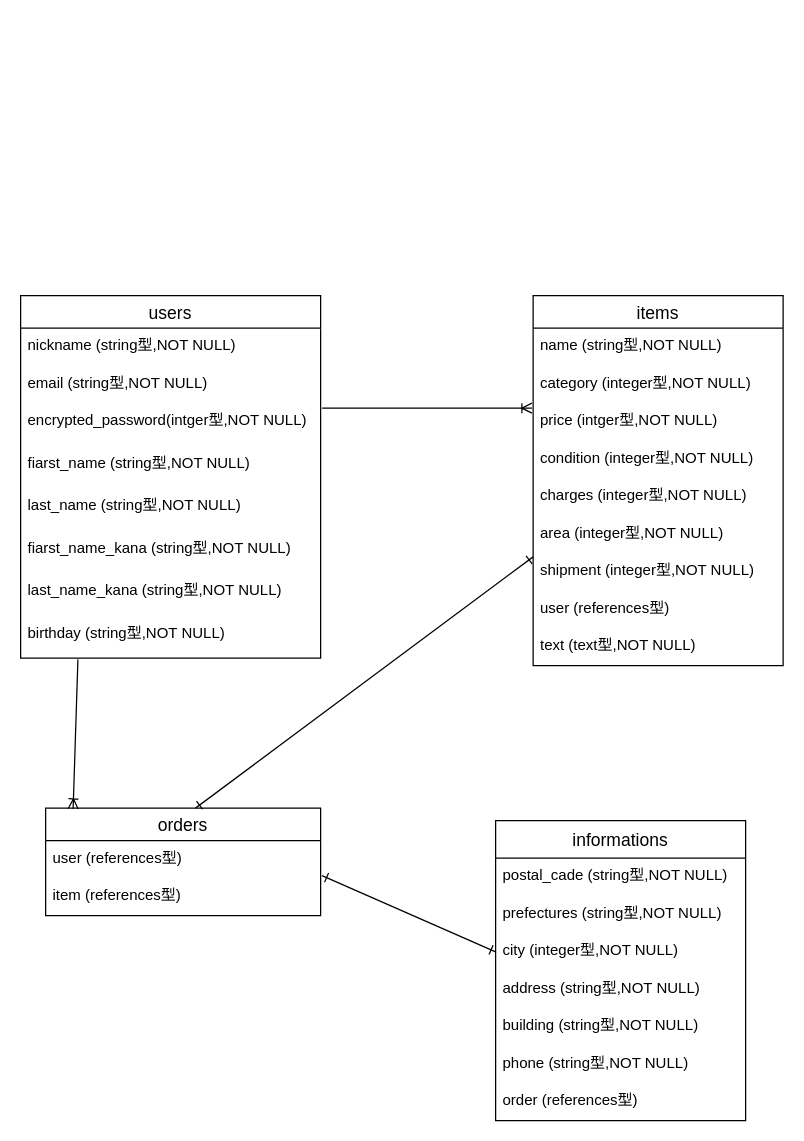
Earlier version of the draw.io diagram furima.dio (paseri10mayo/furima-35681). Source tidied: cells renumbered, new cells numbered last; positions are measured from the earlier drawing's top-left corner, leaving out a move shared by most shapes. Both pictures are drawn from the tidied source at 125%, with x=0, y=0 at pixel (20, 295).
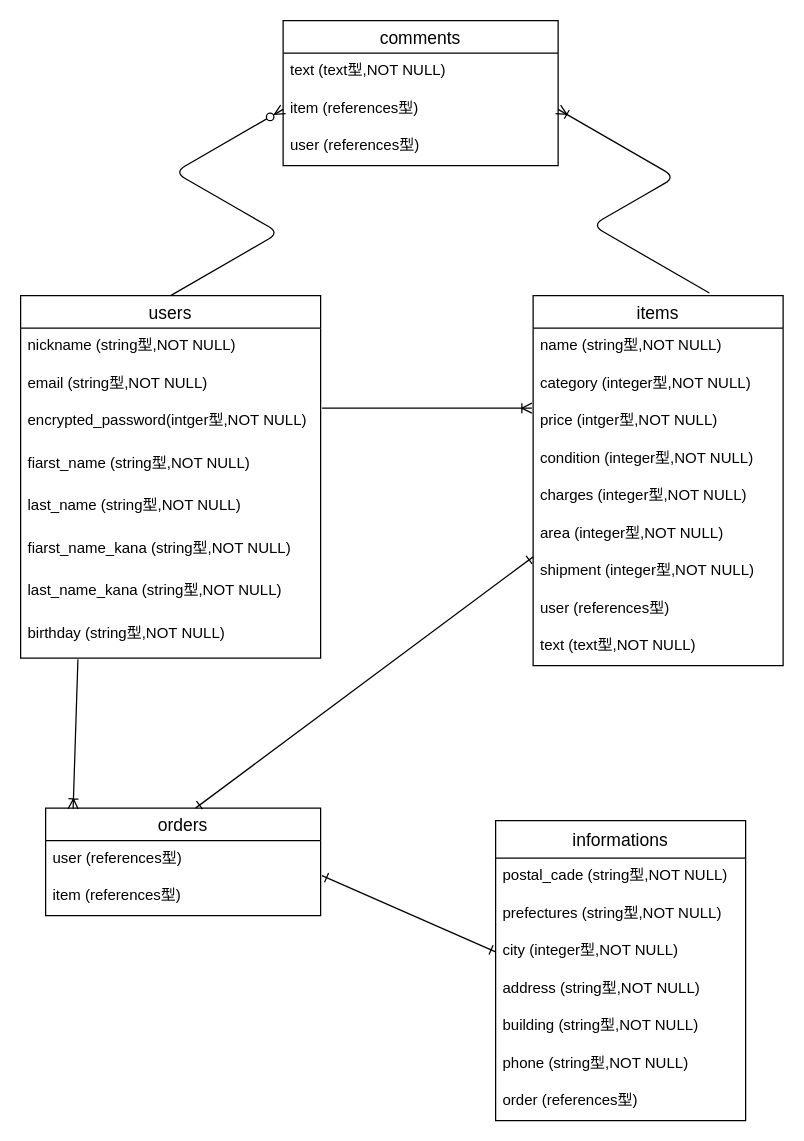
After the change.

Commit message (it also covers changes not shown here):
データベース設計完成

Unchanged cells that the change refers to:
```xml
<mxCell id="2" value="users" style="swimlane;fontStyle=0;horizontal=1;startSize=26;align=center;fontSize=14;" parent="1" vertex="1">
  <mxGeometry width="240" height="290" as="geometry" />
</mxCell>
<mxCell id="11" value="items" style="swimlane;fontStyle=0;horizontal=1;startSize=26;align=center;fontSize=14;" parent="1" vertex="1">
  <mxGeometry x="410" width="200" height="296" as="geometry" />
</mxCell>
```

Change to the diagram source:
```diff
@@
+    <mxCell id="36" value="comments" style="swimlane;fontStyle=0;horizontal=1;startSize=26;align=center;fontSize=14;" parent="1" vertex="1">
+      <mxGeometry x="210" y="-220" width="220" height="116" as="geometry" />
+    </mxCell>
+    <mxCell id="37" value="text (text型,NOT NULL)" style="text;strokeColor=none;fillColor=none;spacingLeft=4;spacingRight=4;overflow=hidden;fontSize=12;" parent="36" vertex="1">
+      <mxGeometry y="26" width="220" height="30" as="geometry" />
+    </mxCell>
+    <mxCell id="38" value="item (references型)" style="text;strokeColor=none;fillColor=none;spacingLeft=4;spacingRight=4;overflow=hidden;fontSize=12;" parent="36" vertex="1">
+      <mxGeometry y="56" width="220" height="30" as="geometry" />
+    </mxCell>
+    <mxCell id="39" value="user (references型)" style="text;strokeColor=none;fillColor=none;spacingLeft=4;spacingRight=4;overflow=hidden;fontSize=12;" parent="36" vertex="1">
+      <mxGeometry y="86" width="220" height="30" as="geometry" />
+    </mxCell>
+    <mxCell id="40" style="edgeStyle=isometricEdgeStyle;fontSize=12;html=1;endArrow=ERzeroToMany;endFill=1;exitX=0.5;exitY=0;exitDx=0;exitDy=0;entryX=0;entryY=0.5;entryDx=0;entryDy=0;" parent="1" edge="1" source="2">
+      <mxGeometry relative="1" as="geometry">
+        <mxPoint x="210" y="-149" as="targetPoint" />
+      </mxGeometry>
+    </mxCell>
+    <mxCell id="41" style="edgeStyle=isometricEdgeStyle;fontSize=12;html=1;endArrow=ERoneToMany;elbow=vertical;entryX=1;entryY=0.5;entryDx=0;entryDy=0;exitX=0.705;exitY=-0.007;exitDx=0;exitDy=0;exitPerimeter=0;" parent="1" edge="1" source="11">
+      <mxGeometry relative="1" as="geometry">
+        <mxPoint x="430" y="-149" as="targetPoint" />
+      </mxGeometry>
+    </mxCell>
```
